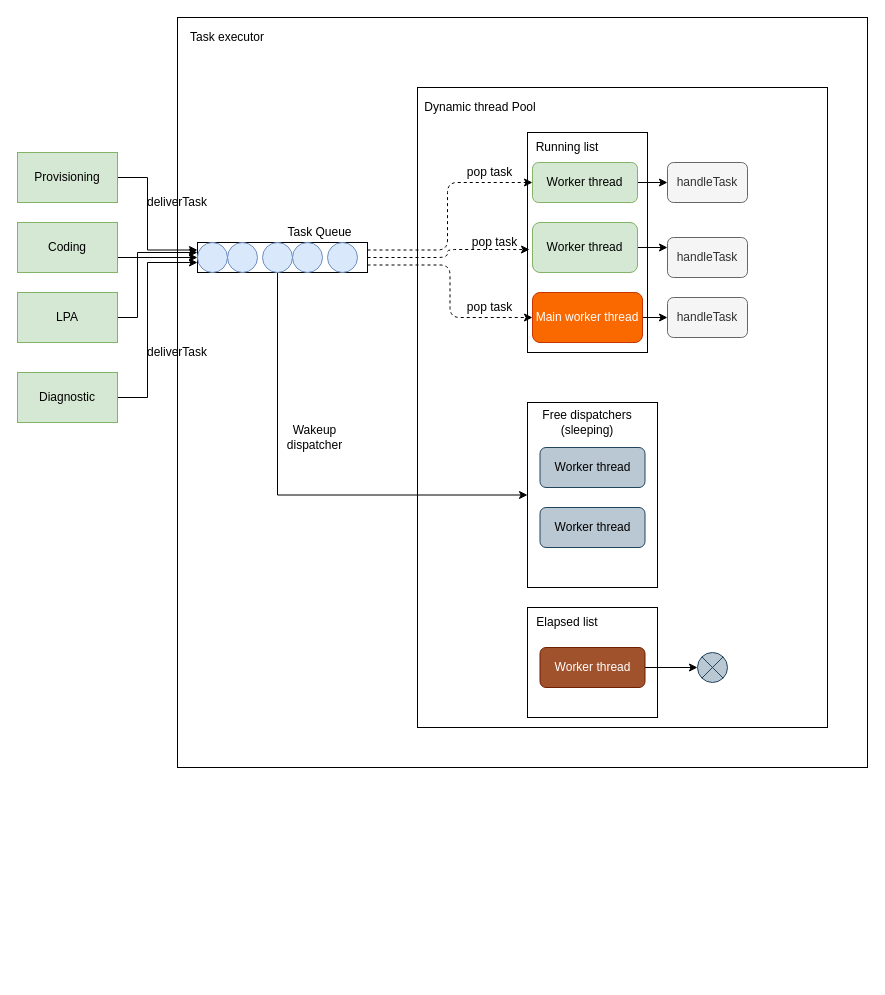
This is page "dynamic_pool" (7 of 14) of doc/SA cert/Design/performance.drawio from taikt/codefun, a draw.io file, before an edit. Source tidied: cells renumbered, new cells numbered last; positions are measured from the earlier drawing's top-left corner, leaving out a move shared by most shapes. Both pictures are drawn from the tidied source at 100%, with x=0, y=0 at pixel (17, 17).
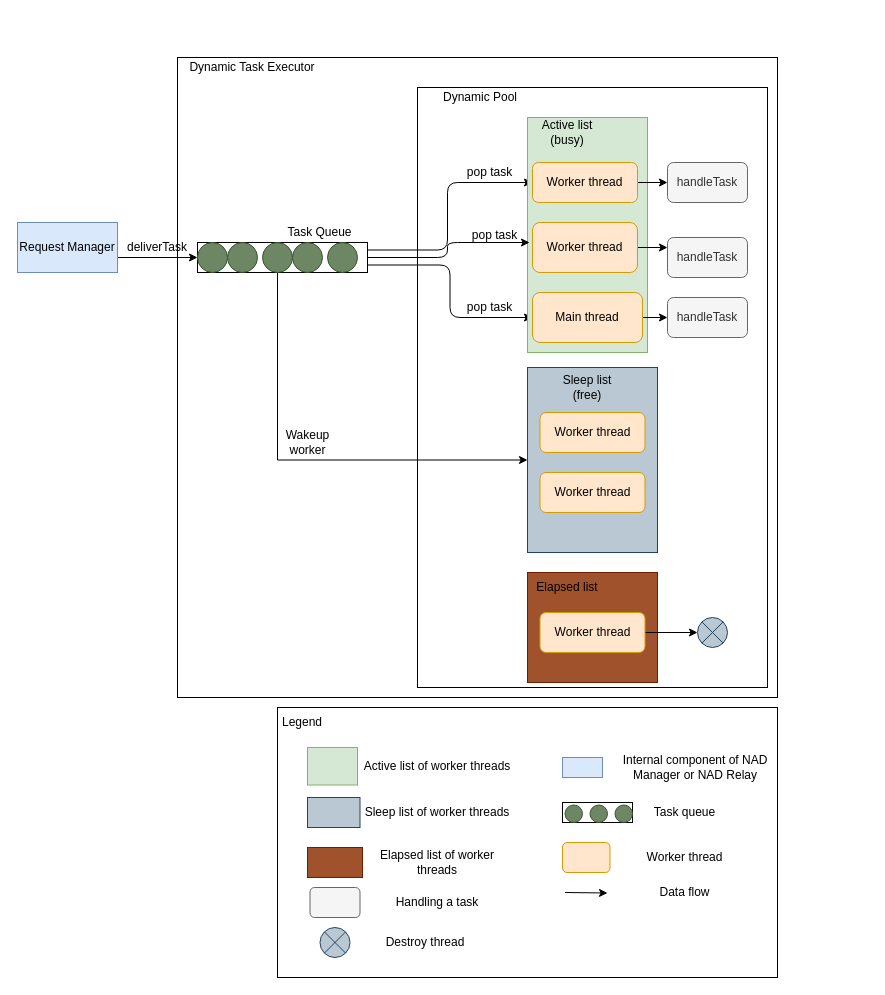
The same page after the edit.

The change refers to these unchanged cells:
```xml
<mxCell id="8" style="rounded=0;whiteSpace=wrap;html=1;" parent="1" vertex="1">
  <mxGeometry x="180" y="225" width="170" height="30" as="geometry" />
</mxCell>
```

Diff of the diagram source:
```diff
@@
     <mxCell id="2" style="rounded=0;whiteSpace=wrap;html=1;fillColor=none;" parent="1" vertex="1">
-      <mxGeometry x="160" width="690" height="750" as="geometry" />
+      <mxGeometry x="160" y="40" width="600" height="640" as="geometry" />
     </mxCell>
     <mxCell id="3" style="rounded=0;whiteSpace=wrap;html=1;fillColor=none;" parent="1" vertex="1">
-      <mxGeometry x="400" y="70" width="410" height="640" as="geometry" />
+      <mxGeometry x="400" y="70" width="350" height="600" as="geometry" />
     </mxCell>
-    <mxCell id="4" value="Dynamic thread Pool" style="text;html=1;strokeColor=none;fillColor=none;align=center;verticalAlign=middle;whiteSpace=wrap;rounded=0;" parent="1" vertex="1">
-      <mxGeometry x="402.5" y="80" width="120" height="20" as="geometry" />
+    <mxCell id="4" value="Dynamic Pool" style="text;html=1;strokeColor=none;fillColor=none;align=center;verticalAlign=middle;whiteSpace=wrap;rounded=0;" parent="1" vertex="1">
+      <mxGeometry x="402.5" y="70" width="120" height="20" as="geometry" />
     </mxCell>
-    <mxCell id="5" value="Task executor" style="text;html=1;strokeColor=none;fillColor=none;align=center;verticalAlign=middle;whiteSpace=wrap;rounded=0;" parent="1" vertex="1">
-      <mxGeometry x="170" y="10" width="80" height="20" as="geometry" />
+    <mxCell id="5" value="Dynamic Task Executor" style="text;html=1;strokeColor=none;fillColor=none;align=center;verticalAlign=middle;whiteSpace=wrap;rounded=0;" parent="1" vertex="1">
+      <mxGeometry x="160" y="40" width="150" height="20" as="geometry" />
     </mxCell>
-    <mxCell id="6" style="edgeStyle=orthogonalEdgeStyle;rounded=1;jettySize=auto;html=1;exitX=1;exitY=0.25;exitDx=0;exitDy=0;entryX=0;entryY=0.5;entryDx=0;entryDy=0;dashed=1;" parent="1" edge="1" source="8" target="31">
+    <mxCell id="6" style="edgeStyle=orthogonalEdgeStyle;rounded=1;jettySize=auto;html=1;exitX=1;exitY=0.25;exitDx=0;exitDy=0;entryX=0;entryY=0.5;entryDx=0;entryDy=0;" parent="1" edge="1" source="8" target="31">
       <mxGeometry relative="1" as="geometry">
         <Array as="points">
           <mxPoint x="430" y="233" />
           <mxPoint x="430" y="165" />
         </Array>
       </mxGeometry>
     </mxCell>
-    <mxCell id="7" style="edgeStyle=orthogonalEdgeStyle;jettySize=auto;html=1;exitX=1;exitY=0.75;exitDx=0;exitDy=0;entryX=0;entryY=0.5;entryDx=0;entryDy=0;rounded=1;dashed=1;" parent="1" edge="1" source="8" target="44">
+    <mxCell id="7" style="edgeStyle=orthogonalEdgeStyle;jettySize=auto;html=1;exitX=1;exitY=0.75;exitDx=0;exitDy=0;entryX=0;entryY=0.5;entryDx=0;entryDy=0;rounded=1;" parent="1" edge="1" source="8" target="44">
       <mxGeometry relative="1" as="geometry" />
     </mxCell>
@@
-    <mxCell id="9" style="ellipse;whiteSpace=wrap;html=1;fillColor=#dae8fc;strokeColor=#6c8ebf;" parent="1" vertex="1">
+    <mxCell id="9" style="ellipse;whiteSpace=wrap;html=1;fillColor=#6d8764;strokeColor=#3A5431;fontColor=#ffffff;" parent="1" vertex="1">
       <mxGeometry x="180" y="225" width="30" height="30" as="geometry" />
     </mxCell>
-    <mxCell id="10" style="ellipse;whiteSpace=wrap;html=1;fillColor=#dae8fc;strokeColor=#6c8ebf;" parent="1" vertex="1">
+    <mxCell id="10" style="ellipse;whiteSpace=wrap;html=1;fillColor=#6d8764;strokeColor=#3A5431;fontColor=#ffffff;" parent="1" vertex="1">
       <mxGeometry x="210" y="225" width="30" height="30" as="geometry" />
     </mxCell>
@@
-    <mxCell id="12" style="ellipse;whiteSpace=wrap;html=1;fillColor=#dae8fc;strokeColor=#6c8ebf;" parent="1" vertex="1">
+    <mxCell id="12" style="ellipse;whiteSpace=wrap;html=1;fillColor=#6d8764;strokeColor=#3A5431;fontColor=#ffffff;" parent="1" vertex="1">
       <mxGeometry x="245" y="225" width="30" height="30" as="geometry" />
     </mxCell>
-    <mxCell id="13" style="ellipse;whiteSpace=wrap;html=1;fillColor=#dae8fc;strokeColor=#6c8ebf;" parent="1" vertex="1">
+    <mxCell id="13" style="ellipse;whiteSpace=wrap;html=1;fillColor=#6d8764;strokeColor=#3A5431;fontColor=#ffffff;" parent="1" vertex="1">
       <mxGeometry x="275" y="225" width="30" height="30" as="geometry" />
     </mxCell>
-    <mxCell id="14" style="ellipse;whiteSpace=wrap;html=1;fillColor=#dae8fc;strokeColor=#6c8ebf;" parent="1" vertex="1">
+    <mxCell id="14" style="ellipse;whiteSpace=wrap;html=1;fillColor=#6d8764;strokeColor=#3A5431;fontColor=#ffffff;" parent="1" vertex="1">
       <mxGeometry x="310" y="225" width="30" height="30" as="geometry" />
     </mxCell>
-    <mxCell id="15" style="edgeStyle=orthogonalEdgeStyle;rounded=0;jettySize=auto;html=1;exitX=1;exitY=0.5;exitDx=0;exitDy=0;entryX=0;entryY=0.25;entryDx=0;entryDy=0;" parent="1" edge="1" source="16" target="8">
-      <mxGeometry relative="1" as="geometry">
-        <Array as="points">
-          <mxPoint x="130" y="160" />
-          <mxPoint x="130" y="233" />
-        </Array>
-      </mxGeometry>
-    </mxCell>
-    <mxCell id="16" value="Provisioning" style="rounded=0;whiteSpace=wrap;html=1;fillColor=#d5e8d4;strokeColor=#82b366;" parent="1" vertex="1">
-      <mxGeometry y="135" width="100" height="50" as="geometry" />
-    </mxCell>
@@
-    <mxCell id="18" value="Coding" style="rounded=0;whiteSpace=wrap;html=1;fillColor=#d5e8d4;strokeColor=#82b366;" parent="1" vertex="1">
+    <mxCell id="18" value="Request Manager" style="rounded=0;whiteSpace=wrap;html=1;fillColor=#dae8fc;strokeColor=#6c8ebf;" parent="1" vertex="1">
       <mxGeometry y="205" width="100" height="50" as="geometry" />
     </mxCell>
-    <mxCell id="19" style="edgeStyle=orthogonalEdgeStyle;rounded=0;jettySize=auto;html=1;exitX=1;exitY=0.5;exitDx=0;exitDy=0;" parent="1" edge="1" source="20">
-      <mxGeometry relative="1" as="geometry">
-        <mxPoint x="180" y="235" as="targetPoint" />
-        <Array as="points">
-          <mxPoint x="120" y="300" />
-          <mxPoint x="120" y="235" />
-        </Array>
-      </mxGeometry>
-    </mxCell>
-    <mxCell id="20" value="LPA" style="rounded=0;whiteSpace=wrap;html=1;fillColor=#d5e8d4;strokeColor=#82b366;" parent="1" vertex="1">
-      <mxGeometry y="275" width="100" height="50" as="geometry" />
-    </mxCell>
-    <mxCell id="21" style="edgeStyle=orthogonalEdgeStyle;rounded=0;jettySize=auto;html=1;exitX=1;exitY=0.5;exitDx=0;exitDy=0;" parent="1" edge="1" source="22">
-      <mxGeometry relative="1" as="geometry">
-        <mxPoint x="180" y="245" as="targetPoint" />
-        <Array as="points">
-          <mxPoint x="130" y="380" />
-          <mxPoint x="130" y="245" />
-        </Array>
-      </mxGeometry>
-    </mxCell>
-    <mxCell id="22" value="Diagnostic" style="rounded=0;whiteSpace=wrap;html=1;fillColor=#d5e8d4;strokeColor=#82b366;" parent="1" vertex="1">
-      <mxGeometry y="355" width="100" height="50" as="geometry" />
-    </mxCell>
     <mxCell id="23" value="deliverTask" style="text;html=1;strokeColor=none;fillColor=none;align=center;verticalAlign=middle;whiteSpace=wrap;rounded=0;" parent="1" vertex="1">
-      <mxGeometry x="140" y="175" width="40" height="20" as="geometry" />
+      <mxGeometry x="120" y="220" width="40" height="20" as="geometry" />
     </mxCell>
-    <mxCell id="24" value="deliverTask" style="text;html=1;strokeColor=none;fillColor=none;align=center;verticalAlign=middle;whiteSpace=wrap;rounded=0;" parent="1" vertex="1">
-      <mxGeometry x="140" y="325" width="40" height="20" as="geometry" />
-    </mxCell>
-    <mxCell id="25" style="rounded=0;whiteSpace=wrap;html=1;fillColor=none;" parent="1" vertex="1">
-      <mxGeometry x="510" y="115" width="120" height="220" as="geometry" />
+    <mxCell id="25" style="rounded=0;whiteSpace=wrap;html=1;fillColor=#d5e8d4;strokeColor=#82b366;" parent="1" vertex="1">
+      <mxGeometry x="510" y="100" width="120" height="235" as="geometry" />
     </mxCell>
-    <mxCell id="26" value="Running list" style="text;html=1;strokeColor=none;fillColor=none;align=center;verticalAlign=middle;whiteSpace=wrap;rounded=0;" parent="1" vertex="1">
-      <mxGeometry x="500" y="115" width="100" height="30" as="geometry" />
+    <mxCell id="26" value="Active list&lt;br&gt;(busy)" style="text;html=1;strokeColor=none;fillColor=none;align=center;verticalAlign=middle;whiteSpace=wrap;rounded=0;" parent="1" vertex="1">
+      <mxGeometry x="500" y="100" width="100" height="30" as="geometry" />
     </mxCell>
-    <mxCell id="27" style="rounded=0;whiteSpace=wrap;html=1;fillColor=none;" parent="1" vertex="1">
-      <mxGeometry x="510" y="385" width="130" height="185" as="geometry" />
+    <mxCell id="27" style="rounded=0;whiteSpace=wrap;html=1;fillColor=#bac8d3;strokeColor=#23445d;" parent="1" vertex="1">
+      <mxGeometry x="510" y="350" width="130" height="185" as="geometry" />
     </mxCell>
-    <mxCell id="28" value="Free dispatchers&lt;br&gt;(sleeping)" style="text;html=1;strokeColor=none;fillColor=none;align=center;verticalAlign=middle;whiteSpace=wrap;rounded=0;" parent="1" vertex="1">
-      <mxGeometry x="510" y="390" width="120" height="30" as="geometry" />
+    <mxCell id="28" value="Sleep list&lt;br&gt;(free)" style="text;html=1;strokeColor=none;fillColor=none;align=center;verticalAlign=middle;whiteSpace=wrap;rounded=0;" parent="1" vertex="1">
+      <mxGeometry x="510" y="355" width="120" height="30" as="geometry" />
     </mxCell>
-    <mxCell id="29" style="rounded=0;whiteSpace=wrap;html=1;fillColor=none;" parent="1" vertex="1">
-      <mxGeometry x="510" y="590" width="130" height="110" as="geometry" />
+    <mxCell id="29" style="rounded=0;whiteSpace=wrap;html=1;fillColor=#a0522d;strokeColor=#6D1F00;fontColor=#ffffff;" parent="1" vertex="1">
+      <mxGeometry x="510" y="555" width="130" height="110" as="geometry" />
     </mxCell>
@@
-    <mxCell id="31" value="Worker thread" style="rounded=1;whiteSpace=wrap;html=1;fillColor=#d5e8d4;strokeColor=#82b366;" parent="1" vertex="1">
+    <mxCell id="31" value="Worker thread" style="rounded=1;whiteSpace=wrap;html=1;fillColor=#ffe6cc;strokeColor=#d79b00;" parent="1" vertex="1">
       <mxGeometry x="515" y="145" width="105" height="40" as="geometry" />
     </mxCell>
@@
-    <mxCell id="33" value="Worker thread" style="rounded=1;whiteSpace=wrap;html=1;fillColor=#d5e8d4;strokeColor=#82b366;" parent="1" vertex="1">
+    <mxCell id="33" value="Worker thread" style="rounded=1;whiteSpace=wrap;html=1;fillColor=#ffe6cc;strokeColor=#d79b00;" parent="1" vertex="1">
       <mxGeometry x="515" y="205" width="105" height="50" as="geometry" />
     </mxCell>
-    <mxCell id="34" value="Worker thread" style="rounded=1;whiteSpace=wrap;html=1;fillColor=#bac8d3;strokeColor=#23445d;" parent="1" vertex="1">
-      <mxGeometry x="522.5" y="430" width="105" height="40" as="geometry" />
+    <mxCell id="34" value="Worker thread" style="rounded=1;whiteSpace=wrap;html=1;fillColor=#ffe6cc;strokeColor=#d79b00;" parent="1" vertex="1">
+      <mxGeometry x="522.5" y="395" width="105" height="40" as="geometry" />
     </mxCell>
@@
-    <mxCell id="36" value="Worker thread" style="rounded=1;whiteSpace=wrap;html=1;fillColor=#a0522d;strokeColor=#6D1F00;fontColor=#ffffff;" parent="1" vertex="1">
-      <mxGeometry x="522.5" y="630" width="105" height="40" as="geometry" />
+    <mxCell id="36" value="Worker thread" style="rounded=1;whiteSpace=wrap;html=1;fillColor=#ffe6cc;strokeColor=#d79b00;" parent="1" vertex="1">
+      <mxGeometry x="522.5" y="595" width="105" height="40" as="geometry" />
     </mxCell>
     <mxCell id="37" value="Elapsed list" style="text;html=1;strokeColor=none;fillColor=none;align=center;verticalAlign=middle;whiteSpace=wrap;rounded=0;" parent="1" vertex="1">
-      <mxGeometry x="490" y="590" width="120" height="30" as="geometry" />
+      <mxGeometry x="490" y="555" width="120" height="30" as="geometry" />
     </mxCell>
-    <mxCell id="38" value="Worker thread" style="rounded=1;whiteSpace=wrap;html=1;fillColor=#bac8d3;strokeColor=#23445d;" parent="1" vertex="1">
-      <mxGeometry x="522.5" y="490" width="105" height="40" as="geometry" />
+    <mxCell id="38" value="Worker thread" style="rounded=1;whiteSpace=wrap;html=1;fillColor=#ffe6cc;strokeColor=#d79b00;" parent="1" vertex="1">
+      <mxGeometry x="522.5" y="455" width="105" height="40" as="geometry" />
     </mxCell>
@@
     <mxCell id="41" style="shape=sumEllipse;perimeter=ellipsePerimeter;whiteSpace=wrap;html=1;backgroundOutline=1;fillColor=#bac8d3;strokeColor=#23445d;" parent="1" vertex="1">
-      <mxGeometry x="680" y="635" width="30" height="30" as="geometry" />
+      <mxGeometry x="680" y="600" width="30" height="30" as="geometry" />
     </mxCell>
@@
-    <mxCell id="44" value="Main worker thread" style="rounded=1;whiteSpace=wrap;html=1;fillColor=#fa6800;strokeColor=#C73500;fontColor=#ffffff;" parent="1" vertex="1">
+    <mxCell id="44" value="Main thread" style="rounded=1;whiteSpace=wrap;html=1;fillColor=#ffe6cc;strokeColor=#d79b00;" parent="1" vertex="1">
       <mxGeometry x="515" y="275" width="110" height="50" as="geometry" />
     </mxCell>
@@
-    <mxCell id="46" style="edgeStyle=orthogonalEdgeStyle;rounded=1;jettySize=auto;html=1;exitX=1;exitY=0.5;exitDx=0;exitDy=0;entryX=0.017;entryY=0.532;entryDx=0;entryDy=0;entryPerimeter=0;dashed=1;" parent="1" edge="1" source="8" target="25">
+    <mxCell id="46" style="edgeStyle=orthogonalEdgeStyle;rounded=1;jettySize=auto;html=1;exitX=1;exitY=0.5;exitDx=0;exitDy=0;entryX=0.017;entryY=0.532;entryDx=0;entryDy=0;entryPerimeter=0;" parent="1" edge="1" source="8" target="25">
       <mxGeometry relative="1" as="geometry" />
     </mxCell>
@@
-    <mxCell id="48" value="Wakeup dispatcher" style="text;html=1;strokeColor=none;fillColor=none;align=center;verticalAlign=middle;whiteSpace=wrap;rounded=0;" parent="1" vertex="1">
-      <mxGeometry x="260" y="410" width="75" height="20" as="geometry" />
+    <mxCell id="48" value="Wakeup worker" style="text;html=1;strokeColor=none;fillColor=none;align=center;verticalAlign=middle;whiteSpace=wrap;rounded=0;" parent="1" vertex="1">
+      <mxGeometry x="252.5" y="415" width="75" height="20" as="geometry" />
     </mxCell>
@@
     <mxCell id="50" value="pop task" style="text;html=1;strokeColor=none;fillColor=none;align=center;verticalAlign=middle;whiteSpace=wrap;rounded=0;" parent="1" vertex="1">
-      <mxGeometry x="440" y="215" width="75" height="20" as="geometry" />
+      <mxGeometry x="440" y="207.5" width="75" height="20" as="geometry" />
     </mxCell>
@@
+    <mxCell id="52" style="rounded=0;whiteSpace=wrap;html=1;" parent="1" vertex="1">
+      <mxGeometry x="260" y="690" width="500" height="270" as="geometry" />
+    </mxCell>
+    <mxCell id="53" value="Legend" style="text;html=1;strokeColor=none;fillColor=none;align=center;verticalAlign=middle;whiteSpace=wrap;rounded=0;" parent="1" vertex="1">
+      <mxGeometry x="250" y="695" width="70" height="20" as="geometry" />
+    </mxCell>
+    <mxCell id="54" style="rounded=0;whiteSpace=wrap;html=1;fillColor=#dae8fc;strokeColor=#6c8ebf;" parent="1" vertex="1">
+      <mxGeometry x="545" y="740" width="40" height="20" as="geometry" />
+    </mxCell>
+    <mxCell id="55" style="rounded=0;whiteSpace=wrap;html=1;" parent="1" vertex="1">
+      <mxGeometry x="545" y="785" width="70" height="20" as="geometry" />
+    </mxCell>
+    <mxCell id="56" style="ellipse;whiteSpace=wrap;html=1;fillColor=#6d8764;strokeColor=#3A5431;fontColor=#ffffff;" parent="1" vertex="1">
+      <mxGeometry x="547.5" y="787.5" width="17.5" height="17.5" as="geometry" />
+    </mxCell>
+    <mxCell id="57" style="ellipse;whiteSpace=wrap;html=1;fillColor=#6d8764;strokeColor=#3A5431;fontColor=#ffffff;" parent="1" vertex="1">
+      <mxGeometry x="572.5" y="787.5" width="17.5" height="17.5" as="geometry" />
+    </mxCell>
+    <mxCell id="58" style="ellipse;whiteSpace=wrap;html=1;fillColor=#6d8764;strokeColor=#3A5431;fontColor=#ffffff;" parent="1" vertex="1">
+      <mxGeometry x="597.5" y="787.5" width="17.5" height="17.5" as="geometry" />
+    </mxCell>
+    <mxCell id="59" style="rounded=1;whiteSpace=wrap;html=1;fillColor=#ffe6cc;strokeColor=#d79b00;" parent="1" vertex="1">
+      <mxGeometry x="545" y="825" width="47.5" height="30" as="geometry" />
+    </mxCell>
+    <mxCell id="60" style="endArrow=classic;html=1;rounded=0;" parent="1" edge="1">
+      <mxGeometry relative="1" as="geometry">
+        <mxPoint x="547.5" y="875" as="sourcePoint" />
+        <mxPoint x="590" y="875.5" as="targetPoint" />
+      </mxGeometry>
+    </mxCell>
+    <mxCell id="61" value="Internal component of NAD Manager or NAD Relay" style="text;html=1;strokeColor=none;fillColor=none;align=center;verticalAlign=middle;whiteSpace=wrap;rounded=0;" parent="1" vertex="1">
+      <mxGeometry x="602.5" y="735" width="150" height="30" as="geometry" />
+    </mxCell>
+    <mxCell id="62" value="Task queue" style="text;html=1;strokeColor=none;fillColor=none;align=center;verticalAlign=middle;whiteSpace=wrap;rounded=0;" parent="1" vertex="1">
+      <mxGeometry x="615" y="780" width="105" height="30" as="geometry" />
+    </mxCell>
+    <mxCell id="63" value="Worker thread" style="text;html=1;strokeColor=none;fillColor=none;align=center;verticalAlign=middle;whiteSpace=wrap;rounded=0;" parent="1" vertex="1">
+      <mxGeometry x="615" y="825" width="105" height="30" as="geometry" />
+    </mxCell>
+    <mxCell id="64" value="Data flow" style="text;html=1;strokeColor=none;fillColor=none;align=center;verticalAlign=middle;whiteSpace=wrap;rounded=0;" parent="1" vertex="1">
+      <mxGeometry x="615" y="860" width="105" height="30" as="geometry" />
+    </mxCell>
+    <mxCell id="65" style="rounded=0;whiteSpace=wrap;html=1;fillColor=#d5e8d4;strokeColor=#82b366;" parent="1" vertex="1">
+      <mxGeometry x="290" y="730" width="50" height="37.5" as="geometry" />
+    </mxCell>
+    <mxCell id="66" value="Active list of worker threads" style="text;html=1;strokeColor=none;fillColor=none;align=center;verticalAlign=middle;whiteSpace=wrap;rounded=0;" parent="1" vertex="1">
+      <mxGeometry x="345" y="733.8" width="150" height="30" as="geometry" />
+    </mxCell>
+    <mxCell id="67" style="rounded=0;whiteSpace=wrap;html=1;fillColor=#bac8d3;strokeColor=#23445d;" parent="1" vertex="1">
+      <mxGeometry x="290" y="780" width="52.5" height="30" as="geometry" />
+    </mxCell>
+    <mxCell id="68" value="Sleep list of worker threads" style="text;html=1;strokeColor=none;fillColor=none;align=center;verticalAlign=middle;whiteSpace=wrap;rounded=0;" parent="1" vertex="1">
+      <mxGeometry x="345" y="780" width="150" height="30" as="geometry" />
+    </mxCell>
+    <mxCell id="69" style="rounded=0;whiteSpace=wrap;html=1;fillColor=#a0522d;strokeColor=#6D1F00;fontColor=#ffffff;" parent="1" vertex="1">
+      <mxGeometry x="290" y="830" width="55" height="30" as="geometry" />
+    </mxCell>
+    <mxCell id="70" value="Elapsed list of worker threads" style="text;html=1;strokeColor=none;fillColor=none;align=center;verticalAlign=middle;whiteSpace=wrap;rounded=0;" parent="1" vertex="1">
+      <mxGeometry x="345" y="830" width="150" height="30" as="geometry" />
+    </mxCell>
+    <mxCell id="71" style="rounded=1;whiteSpace=wrap;html=1;fillColor=#f5f5f5;strokeColor=#666666;fontColor=#333333;" parent="1" vertex="1">
+      <mxGeometry x="292.5" y="870" width="50" height="30" as="geometry" />
+    </mxCell>
+    <mxCell id="72" value="Handling a task" style="text;html=1;strokeColor=none;fillColor=none;align=center;verticalAlign=middle;whiteSpace=wrap;rounded=0;" parent="1" vertex="1">
+      <mxGeometry x="345" y="870" width="150" height="30" as="geometry" />
+    </mxCell>
+    <mxCell id="73" style="shape=sumEllipse;perimeter=ellipsePerimeter;whiteSpace=wrap;html=1;backgroundOutline=1;fillColor=#bac8d3;strokeColor=#23445d;" parent="1" vertex="1">
+      <mxGeometry x="302.5" y="910" width="30" height="30" as="geometry" />
+    </mxCell>
+    <mxCell id="74" value="Destroy thread" style="text;html=1;strokeColor=none;fillColor=none;align=center;verticalAlign=middle;whiteSpace=wrap;rounded=0;" parent="1" vertex="1">
+      <mxGeometry x="332.5" y="910" width="150" height="30" as="geometry" />
+    </mxCell>
```
